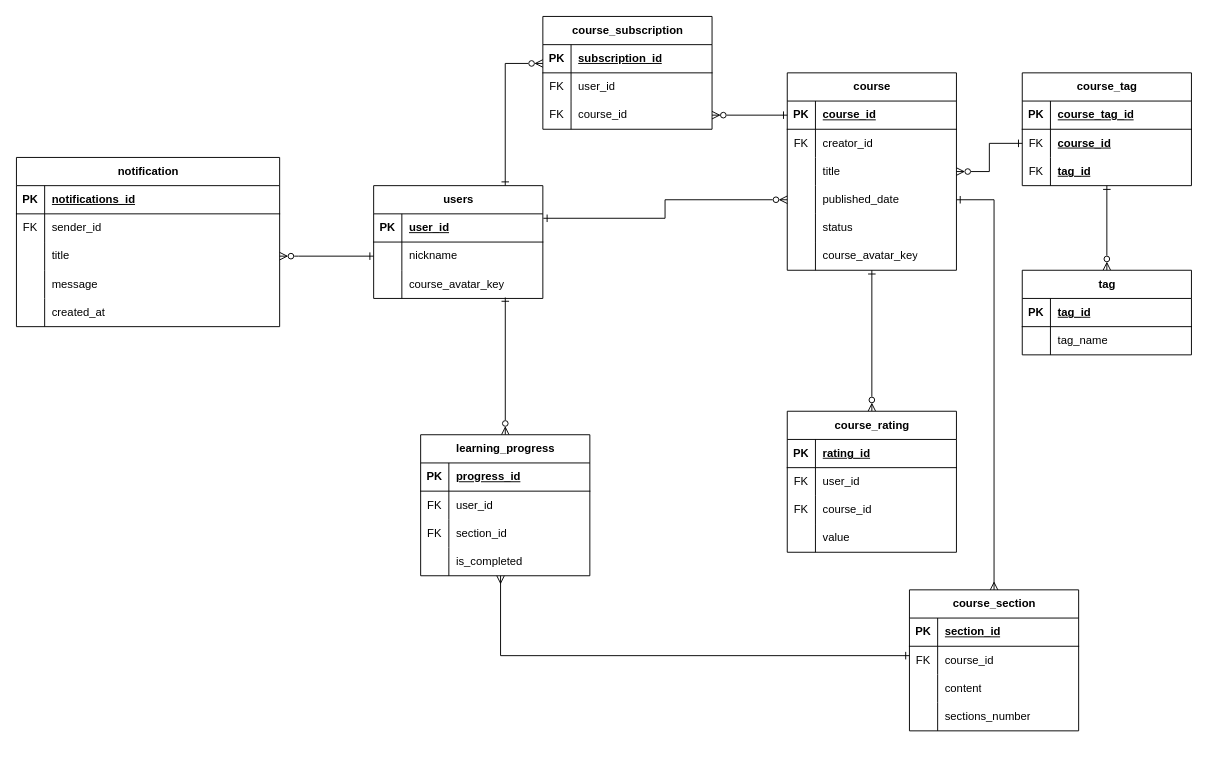
Before: diagrams/ER диаграмма (Entity Relations diagram)/ER diagram.drawio in sahland/9.5-Team, a draw.io diagram. Source tidied: cells renumbered, new cells numbered last; positions are measured from the earlier drawing's top-left corner, leaving out a move shared by most shapes. Both pictures are drawn from the tidied source at 94%, with x=0, y=0 at pixel (16, 16).
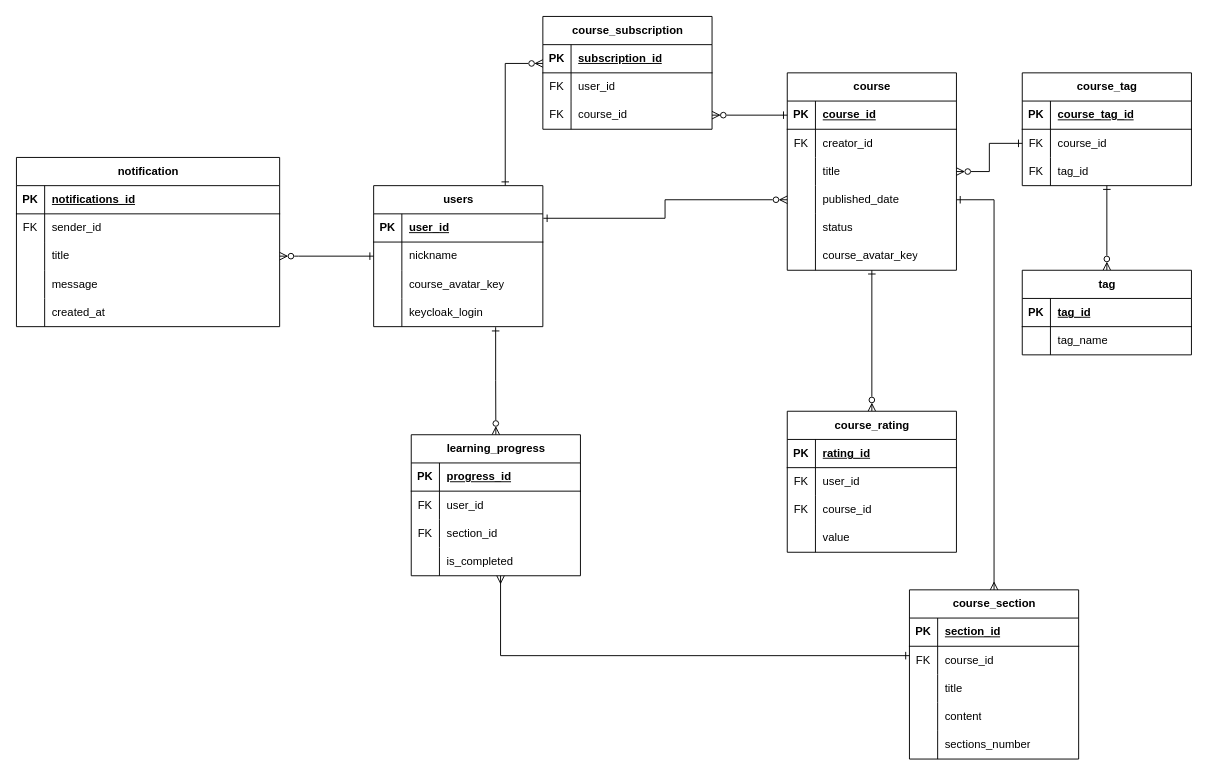
Above is the later version.

The change refers to these unchanged cells:
```xml
<mxCell id="10" style="shape=tableRow;horizontal=0;startSize=0;swimlaneHead=0;swimlaneBody=0;fillColor=none;points=[[0,0.5],[1,0.5]];portConstraint=eastwest;top=0;left=0;right=0;bottom=0;" parent="3" vertex="1">
  <mxGeometry y="90" width="180" height="30" as="geometry" />
</mxCell>
<mxCell id="117" style="shape=tableRow;horizontal=0;startSize=0;swimlaneHead=0;swimlaneBody=0;fillColor=none;points=[[0,0.5],[1,0.5]];portConstraint=eastwest;top=0;left=0;right=0;bottom=0;" parent="113" vertex="1">
  <mxGeometry y="60" width="180" height="30" as="geometry" />
</mxCell>
<mxCell id="120" style="shape=tableRow;horizontal=0;startSize=0;swimlaneHead=0;swimlaneBody=0;fillColor=none;top=0;left=0;right=0;bottom=0;" parent="113" vertex="1">
  <mxGeometry y="90" width="180" height="30" as="geometry" />
</mxCell>
```

What changed in the source:
```diff
@@
-    <mxCell id="2" style="edgeStyle=orthogonalEdgeStyle;rounded=0;jettySize=auto;html=1;startArrow=ERone;startFill=0;endArrow=ERzeroToMany;endFill=0;exitX=0.778;exitY=0.967;exitDx=0;exitDy=0;exitPerimeter=0;" parent="1" edge="1" source="10" target="71">
+    <mxCell id="2" style="edgeStyle=orthogonalEdgeStyle;rounded=0;jettySize=auto;html=1;startArrow=ERone;startFill=0;endArrow=ERzeroToMany;endFill=0;exitX=0.721;exitY=1.019;exitDx=0;exitDy=0;exitPerimeter=0;" parent="1" edge="1" source="123" target="71">
       <mxGeometry relative="1" as="geometry" />
     </mxCell>
     <mxCell id="3" value="users" style="shape=table;startSize=30;childLayout=tableLayout;rowLines=0;fontStyle=1;align=center;html=1;" parent="1" vertex="1">
-      <mxGeometry x="380" y="180" width="180" height="120" as="geometry" />
+      <mxGeometry x="380" y="180" width="180" height="150" as="geometry" />
     </mxCell>
@@
+    <mxCell id="123" style="shape=tableRow;horizontal=0;startSize=0;swimlaneHead=0;swimlaneBody=0;fillColor=none;points=[[0,0.5],[1,0.5]];portConstraint=eastwest;top=0;left=0;right=0;bottom=0;" parent="3" vertex="1">
+      <mxGeometry y="120" width="180" height="30" as="geometry" />
+    </mxCell>
+    <mxCell id="124" style="shape=partialRectangle;fillColor=none;top=0;left=0;bottom=0;right=0;overflow=hidden;whiteSpace=wrap;html=1;" parent="123" vertex="1">
+      <mxGeometry width="30" height="30" as="geometry" />
+    </mxCell>
+    <mxCell id="125" value="keycloak_login" style="shape=partialRectangle;fillColor=none;top=0;left=0;bottom=0;right=0;align=left;spacingLeft=6;overflow=hidden;whiteSpace=wrap;html=1;" parent="123" vertex="1">
+      <mxGeometry x="30" width="150" height="30" as="geometry" />
+    </mxCell>
@@
     <mxCell id="35" value="course_section" style="shape=table;startSize=30;childLayout=tableLayout;rowLines=0;fontStyle=1;align=center;html=1;" parent="1" vertex="1">
-      <mxGeometry x="950" y="610" width="180" height="150" as="geometry" />
+      <mxGeometry x="950" y="610" width="180" height="180" as="geometry" />
     </mxCell>
@@
+    <mxCell id="126" style="shape=tableRow;horizontal=0;startSize=0;swimlaneHead=0;swimlaneBody=0;fillColor=none;top=0;left=0;right=0;bottom=0;" parent="35" vertex="1">
+      <mxGeometry y="90" width="180" height="30" as="geometry" />
+    </mxCell>
+    <mxCell id="127" style="shape=partialRectangle;fillColor=none;top=0;left=0;bottom=0;right=0;overflow=hidden;whiteSpace=wrap;html=1;" parent="126" vertex="1">
+      <mxGeometry width="30" height="30" as="geometry" />
+    </mxCell>
+    <mxCell id="128" value="title" style="shape=partialRectangle;fillColor=none;top=0;left=0;bottom=0;right=0;align=left;spacingLeft=6;overflow=hidden;whiteSpace=wrap;html=1;" parent="126" vertex="1">
+      <mxGeometry x="30" width="150" height="30" as="geometry" />
+    </mxCell>
     <mxCell id="42" style="shape=tableRow;horizontal=0;startSize=0;swimlaneHead=0;swimlaneBody=0;fillColor=none;top=0;left=0;right=0;bottom=0;" parent="35" vertex="1">
-      <mxGeometry y="90" width="180" height="30" as="geometry" />
+      <mxGeometry y="120" width="180" height="30" as="geometry" />
     </mxCell>
@@
     <mxCell id="45" style="shape=tableRow;horizontal=0;startSize=0;swimlaneHead=0;swimlaneBody=0;fillColor=none;top=0;left=0;right=0;bottom=0;" parent="35" vertex="1">
-      <mxGeometry y="120" width="180" height="30" as="geometry" />
+      <mxGeometry y="150" width="180" height="30" as="geometry" />
     </mxCell>
@@
     <mxCell id="71" value="learning_progress" style="shape=table;startSize=30;childLayout=tableLayout;rowLines=0;fontStyle=1;align=center;html=1;" parent="1" vertex="1">
-      <mxGeometry x="430" y="445" width="180" height="150" as="geometry" />
+      <mxGeometry x="420" y="445" width="180" height="150" as="geometry" />
     </mxCell>
@@
-    <mxCell id="119" value="&lt;span style=&quot;font-weight: 700; text-decoration-line: underline;&quot;&gt;course_id&lt;/span&gt;" style="shape=partialRectangle;fillColor=none;top=0;left=0;bottom=0;right=0;align=left;spacingLeft=6;overflow=hidden;whiteSpace=wrap;html=1;" parent="117" vertex="1">
+    <mxCell id="119" value="course_id" style="shape=partialRectangle;fillColor=none;top=0;left=0;bottom=0;right=0;align=left;spacingLeft=6;overflow=hidden;whiteSpace=wrap;html=1;" parent="117" vertex="1">
       <mxGeometry x="30" width="150" height="30" as="geometry" />
     </mxCell>
@@
-    <mxCell id="122" value="&lt;span style=&quot;font-weight: 700; text-decoration-line: underline;&quot;&gt;tag_id&lt;/span&gt;" style="shape=partialRectangle;fillColor=none;top=0;left=0;bottom=0;right=0;align=left;spacingLeft=6;overflow=hidden;whiteSpace=wrap;html=1;" parent="120" vertex="1">
+    <mxCell id="122" value="tag_id" style="shape=partialRectangle;fillColor=none;top=0;left=0;bottom=0;right=0;align=left;spacingLeft=6;overflow=hidden;whiteSpace=wrap;html=1;" parent="120" vertex="1">
       <mxGeometry x="30" width="150" height="30" as="geometry" />
     </mxCell>
```
